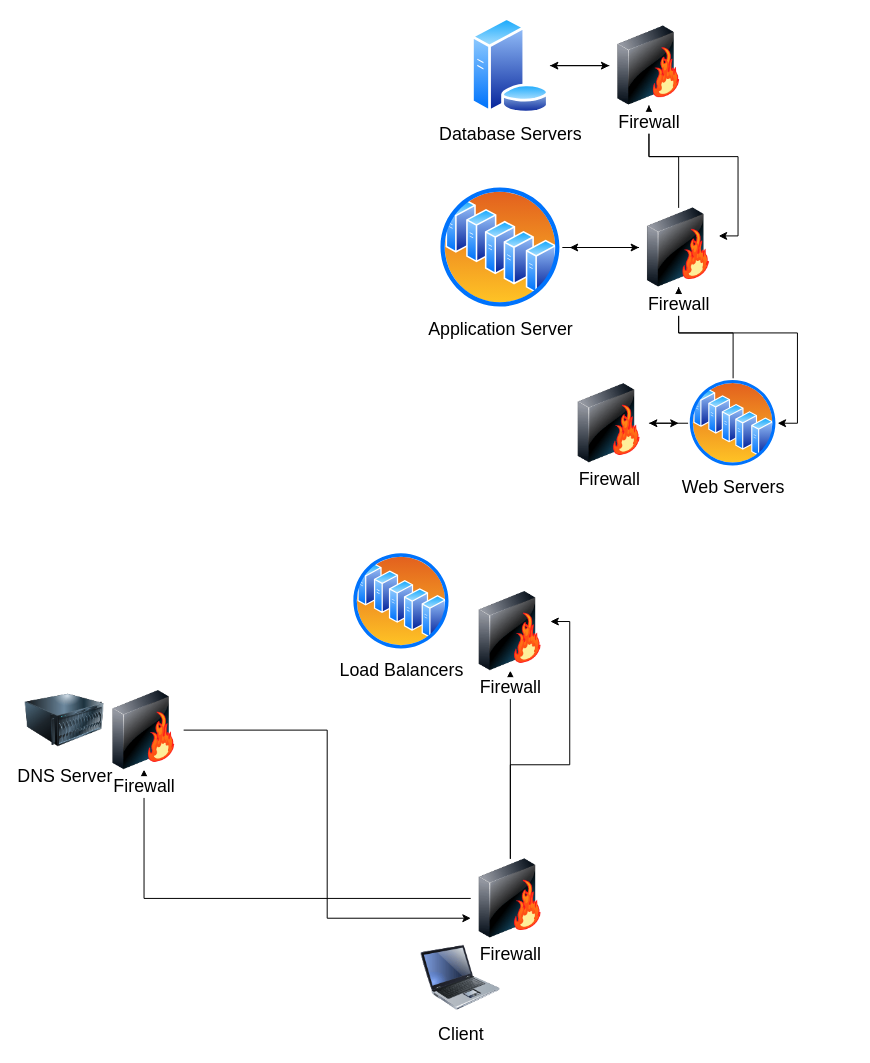
getdaniel/alx-system_engineering-devops keeps this draw.io diagram as 0x11-what_happens_when_your_type_google_com_in_your_browser_and_press_enter/Untitled Diagram.drawio. Above is the earlier version. Source tidied: cells renumbered, new cells numbered last; positions are measured from the earlier drawing's top-left corner, leaving out a move shared by most shapes. Both pictures are drawn from the tidied source at 99%, with x=0, y=0 at pixel (25, 17).
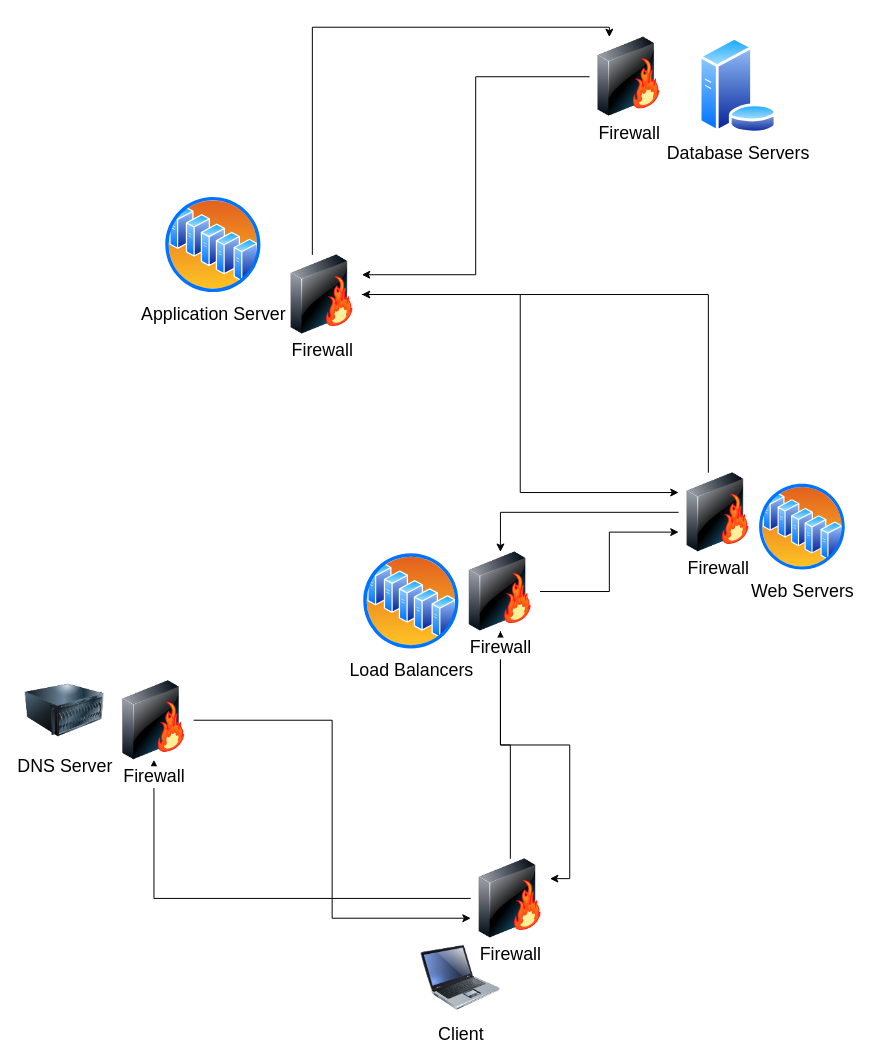
The same diagram, later.

The change refers to these unchanged cells:
```xml
<mxCell id="7" value="&lt;font style=&quot;font-size: 18px;&quot;&gt;Firewall&lt;/font&gt;" style="image;html=1;image=img/lib/clip_art/networking/Firewall-page1_128x128.png;" parent="1" vertex="1">
  <mxGeometry x="450" y="850" width="80" height="80" as="geometry" />
</mxCell>
```

What changed in the source:
```diff
@@
     <mxCell id="3" value="&lt;font style=&quot;font-size: 18px;&quot;&gt;DNS Server&lt;/font&gt;" style="image;html=1;image=img/lib/clip_art/computers/Server_128x128.png;" parent="1" vertex="1">
-      <mxGeometry y="670" width="80" height="80" as="geometry" />
+      <mxGeometry y="660" width="80" height="80" as="geometry" />
     </mxCell>
@@
-    <mxCell id="6" style="edgeStyle=orthogonalEdgeStyle;rounded=0;jettySize=auto;html=1;entryX=1.006;entryY=0.379;entryDx=0;entryDy=0;entryPerimeter=0;fontSize=18;" parent="1" edge="1" source="7" target="27">
-      <mxGeometry relative="1" as="geometry" />
-    </mxCell>
@@
     <mxCell id="9" value="&lt;font style=&quot;font-size: 18px;&quot;&gt;Firewall&lt;/font&gt;" style="image;html=1;image=img/lib/clip_art/networking/Firewall-page1_128x128.png;" parent="1" vertex="1">
-      <mxGeometry x="80" y="680" width="80" height="80" as="geometry" />
+      <mxGeometry x="90" y="670" width="80" height="80" as="geometry" />
     </mxCell>
-    <mxCell id="10" style="edgeStyle=orthogonalEdgeStyle;rounded=0;jettySize=auto;html=1;fontSize=18;" parent="1" edge="1" source="12" target="23">
-      <mxGeometry relative="1" as="geometry" />
-    </mxCell>
-    <mxCell id="11" style="edgeStyle=orthogonalEdgeStyle;rounded=0;jettySize=auto;html=1;fontSize=18;" parent="1" edge="1" source="12" target="19">
-      <mxGeometry relative="1" as="geometry" />
-    </mxCell>
     <mxCell id="12" value="&lt;font style=&quot;font-size: 18px;&quot;&gt;Web Servers&lt;/font&gt;" style="perimeter=ellipsePerimeter;html=1;align=center;shadow=0;dashed=0;spacingTop=3;image;image=img/lib/active_directory/server_farm.svg;" parent="1" vertex="1">
-      <mxGeometry x="670" y="365" width="90" height="90" as="geometry" />
+      <mxGeometry x="740" y="470" width="90" height="90" as="geometry" />
     </mxCell>
     <mxCell id="13" value="&lt;font style=&quot;font-size: 18px;&quot;&gt;Load Balancers&lt;/font&gt;" style="perimeter=ellipsePerimeter;html=1;align=center;shadow=0;dashed=0;spacingTop=3;image;image=img/lib/active_directory/server_farm.svg;" parent="1" vertex="1">
-      <mxGeometry x="330" y="540" width="100" height="100" as="geometry" />
+      <mxGeometry x="340" y="540" width="100" height="100" as="geometry" />
     </mxCell>
-    <mxCell id="14" style="edgeStyle=orthogonalEdgeStyle;rounded=0;jettySize=auto;html=1;fontSize=18;" parent="1" edge="1" source="15" target="26">
-      <mxGeometry relative="1" as="geometry" />
-    </mxCell>
     <mxCell id="15" value="&lt;font style=&quot;font-size: 18px;&quot;&gt;Database Servers&lt;/font&gt;" style="perimeter=ellipsePerimeter;html=1;align=center;shadow=0;dashed=0;spacingTop=3;image;image=img/lib/active_directory/database_server.svg;" parent="1" vertex="1">
-      <mxGeometry x="450" width="80" height="97.6" as="geometry" />
+      <mxGeometry x="680" y="20" width="80" height="97.6" as="geometry" />
     </mxCell>
-    <mxCell id="16" style="edgeStyle=orthogonalEdgeStyle;rounded=0;jettySize=auto;html=1;fontSize=18;" parent="1" edge="1" source="17" target="23">
-      <mxGeometry relative="1" as="geometry" />
-    </mxCell>
     <mxCell id="17" value="&lt;font style=&quot;font-size: 18px;&quot;&gt;Application Server&lt;/font&gt;" style="perimeter=ellipsePerimeter;html=1;align=center;shadow=0;dashed=0;spacingTop=3;image;image=img/lib/active_directory/server_farm.svg;" parent="1" vertex="1">
-      <mxGeometry x="417.5" y="170" width="125" height="125" as="geometry" />
+      <mxGeometry x="140" y="180" width="100" height="100" as="geometry" />
     </mxCell>
-    <mxCell id="18" style="edgeStyle=orthogonalEdgeStyle;rounded=0;jettySize=auto;html=1;fontSize=18;" parent="1" edge="1" source="19">
-      <mxGeometry relative="1" as="geometry">
-        <mxPoint x="660" y="410" as="targetPoint" />
-      </mxGeometry>
-    </mxCell>
+    <mxCell id="28" style="edgeStyle=orthogonalEdgeStyle;rounded=0;jettySize=auto;html=1;entryX=0.5;entryY=0;entryDx=0;entryDy=0;fontSize=18;" parent="1" edge="1" source="19" target="27">
+      <mxGeometry relative="1" as="geometry" />
+    </mxCell>
+    <mxCell id="29" style="edgeStyle=orthogonalEdgeStyle;rounded=0;jettySize=auto;html=1;entryX=1;entryY=0.5;entryDx=0;entryDy=0;fontSize=18;" parent="1" edge="1" source="19" target="23">
+      <mxGeometry relative="1" as="geometry">
+        <Array as="points">
+          <mxPoint x="690" y="280" />
+        </Array>
+      </mxGeometry>
+    </mxCell>
     <mxCell id="19" value="&lt;font style=&quot;font-size: 18px;&quot;&gt;Firewall&lt;/font&gt;" style="image;html=1;image=img/lib/clip_art/networking/Firewall-page1_128x128.png;" parent="1" vertex="1">
-      <mxGeometry x="550" y="370" width="80" height="80" as="geometry" />
+      <mxGeometry x="660" y="460" width="80" height="80" as="geometry" />
     </mxCell>
+    <mxCell id="30" style="edgeStyle=orthogonalEdgeStyle;rounded=0;jettySize=auto;html=1;entryX=0;entryY=0.25;entryDx=0;entryDy=0;fontSize=18;" parent="1" edge="1" source="23" target="19">
+      <mxGeometry relative="1" as="geometry" />
+    </mxCell>
-    <mxCell id="20" style="edgeStyle=orthogonalEdgeStyle;rounded=0;jettySize=auto;html=1;fontSize=18;" parent="1" edge="1" source="23" target="26">
-      <mxGeometry relative="1" as="geometry" />
+    <mxCell id="20" style="edgeStyle=orthogonalEdgeStyle;rounded=0;jettySize=auto;html=1;entryX=0.25;entryY=0;entryDx=0;entryDy=0;fontSize=18;" parent="1" edge="1" source="23" target="26">
+      <mxGeometry relative="1" as="geometry">
+        <Array as="points">
+          <mxPoint x="290" y="10" />
+          <mxPoint x="590" y="10" />
+        </Array>
+      </mxGeometry>
     </mxCell>
-    <mxCell id="21" style="edgeStyle=orthogonalEdgeStyle;rounded=0;jettySize=auto;html=1;entryX=1;entryY=0.5;entryDx=0;entryDy=0;fontSize=18;" parent="1" edge="1" source="23" target="12">
-      <mxGeometry relative="1" as="geometry" />
-    </mxCell>
-    <mxCell id="22" style="edgeStyle=orthogonalEdgeStyle;rounded=0;jettySize=auto;html=1;fontSize=18;" parent="1" edge="1" source="23">
-      <mxGeometry relative="1" as="geometry">
-        <mxPoint x="550" y="232.5" as="targetPoint" />
-      </mxGeometry>
-    </mxCell>
     <mxCell id="23" value="&lt;font style=&quot;font-size: 18px;&quot;&gt;Firewall&lt;/font&gt;" style="image;html=1;image=img/lib/clip_art/networking/Firewall-page1_128x128.png;" parent="1" vertex="1">
-      <mxGeometry x="620" y="192.5" width="80" height="80" as="geometry" />
+      <mxGeometry x="260" y="240" width="80" height="80" as="geometry" />
     </mxCell>
-    <mxCell id="24" style="edgeStyle=orthogonalEdgeStyle;rounded=0;jettySize=auto;html=1;entryX=1.006;entryY=0.354;entryDx=0;entryDy=0;entryPerimeter=0;fontSize=18;" parent="1" edge="1" source="26" target="23">
+    <mxCell id="24" style="edgeStyle=orthogonalEdgeStyle;rounded=0;jettySize=auto;html=1;entryX=1;entryY=0.25;entryDx=0;entryDy=0;fontSize=18;" parent="1" edge="1" source="26" target="23">
       <mxGeometry relative="1" as="geometry" />
     </mxCell>
-    <mxCell id="25" style="edgeStyle=orthogonalEdgeStyle;rounded=0;jettySize=auto;html=1;fontSize=18;" parent="1" edge="1" source="26" target="15">
-      <mxGeometry relative="1" as="geometry" />
-    </mxCell>
     <mxCell id="26" value="&lt;font style=&quot;font-size: 18px;&quot;&gt;Firewall&lt;/font&gt;" style="image;html=1;image=img/lib/clip_art/networking/Firewall-page1_128x128.png;" parent="1" vertex="1">
-      <mxGeometry x="590" y="8.8" width="80" height="80" as="geometry" />
+      <mxGeometry x="570" y="20" width="80" height="80" as="geometry" />
     </mxCell>
+    <mxCell id="31" style="edgeStyle=orthogonalEdgeStyle;rounded=0;jettySize=auto;html=1;entryX=0;entryY=0.75;entryDx=0;entryDy=0;fontSize=18;" parent="1" edge="1" source="27" target="19">
+      <mxGeometry relative="1" as="geometry" />
+    </mxCell>
+    <mxCell id="32" style="edgeStyle=orthogonalEdgeStyle;rounded=0;jettySize=auto;html=1;entryX=1;entryY=0.25;entryDx=0;entryDy=0;fontSize=18;" parent="1" edge="1" source="27" target="7">
+      <mxGeometry relative="1" as="geometry" />
+    </mxCell>
     <mxCell id="27" value="&lt;font style=&quot;font-size: 18px;&quot;&gt;Firewall&lt;/font&gt;" style="image;html=1;image=img/lib/clip_art/networking/Firewall-page1_128x128.png;" parent="1" vertex="1">
-      <mxGeometry x="450" y="580" width="80" height="80" as="geometry" />
+      <mxGeometry x="440" y="540" width="80" height="80" as="geometry" />
     </mxCell>
```
